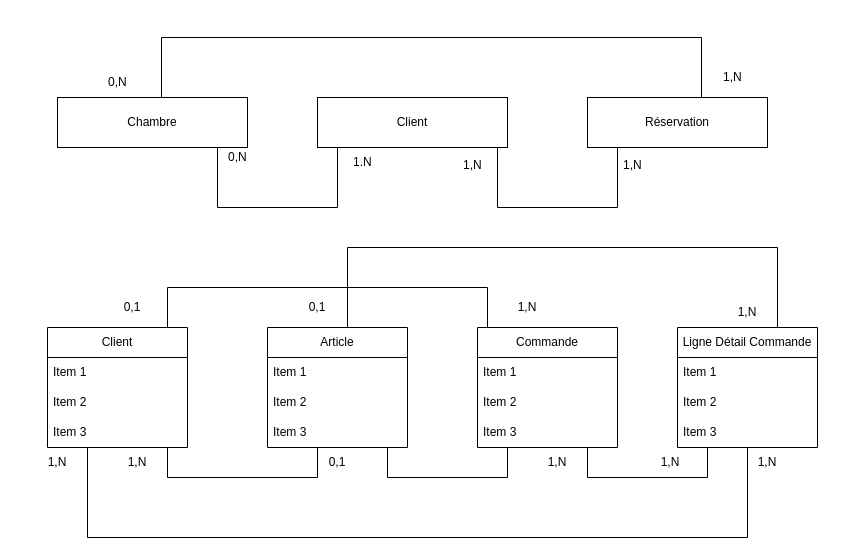
Above: Modeliser.drawio in Pawlowskie/Pawlowskie (draw.io), before the change. Source tidied: cells renumbered, new cells numbered last; positions are measured from the earlier drawing's top-left corner, leaving out a move shared by most shapes. Both pictures are drawn from the tidied source at 100%, with x=0, y=0 at pixel (27, 37).
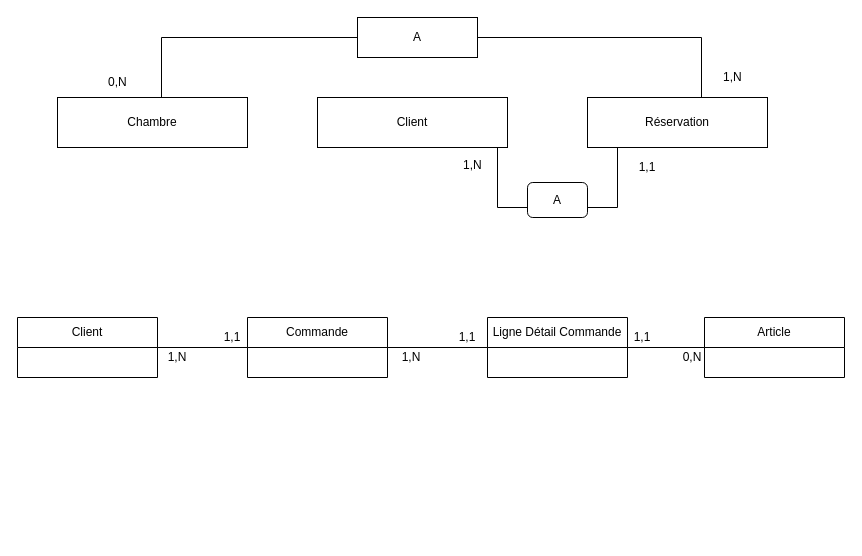
After the change.

Commit message:
Mettre à jour Modeliser.drawio

Change to the diagram source:
```diff
@@
-    <mxCell id="5" value="1,N" style="text;strokeColor=none;fillColor=none;align=left;verticalAlign=middle;spacingLeft=4;spacingRight=4;overflow=hidden;whiteSpace=wrap;html=1;" parent="1" vertex="1">
-      <mxGeometry x="320" y="115" width="40" height="15" as="geometry" />
-    </mxCell>
-    <mxCell id="6" value="0,N" style="text;strokeColor=none;fillColor=none;align=left;verticalAlign=middle;spacingLeft=4;spacingRight=4;overflow=hidden;whiteSpace=wrap;html=1;" parent="1" vertex="1">
-      <mxGeometry x="195" y="110" width="45" height="20" as="geometry" />
-    </mxCell>
-    <mxCell id="7" value="1,N" style="text;strokeColor=none;fillColor=none;align=left;verticalAlign=middle;spacingLeft=4;spacingRight=4;overflow=hidden;whiteSpace=wrap;html=1;" parent="1" vertex="1">
-      <mxGeometry x="590" y="115" width="40" height="25" as="geometry" />
-    </mxCell>
@@
     <mxCell id="11" value="Client" style="swimlane;fontStyle=0;horizontal=1;startSize=30;whiteSpace=wrap;html=1;" parent="1" vertex="1">
-      <mxGeometry x="20" y="290" width="140" height="120" as="geometry" />
+      <mxGeometry x="-10" y="280" width="140" height="60" as="geometry" />
     </mxCell>
-    <mxCell id="12" value="Item 1" style="text;strokeColor=none;fillColor=none;align=left;verticalAlign=middle;spacingLeft=4;spacingRight=4;overflow=hidden;whiteSpace=wrap;html=1;" parent="11" vertex="1">
-      <mxGeometry y="30" width="140" height="30" as="geometry" />
-    </mxCell>
-    <mxCell id="13" value="Item 2" style="text;strokeColor=none;fillColor=none;align=left;verticalAlign=middle;spacingLeft=4;spacingRight=4;overflow=hidden;whiteSpace=wrap;html=1;" parent="11" vertex="1">
-      <mxGeometry y="60" width="140" height="30" as="geometry" />
-    </mxCell>
-    <mxCell id="14" value="Item 3" style="text;strokeColor=none;fillColor=none;align=left;verticalAlign=middle;spacingLeft=4;spacingRight=4;overflow=hidden;whiteSpace=wrap;html=1;" parent="11" vertex="1">
-      <mxGeometry y="90" width="140" height="30" as="geometry" />
-    </mxCell>
     <mxCell id="15" value="Article" style="swimlane;fontStyle=0;horizontal=1;startSize=30;whiteSpace=wrap;html=1;" parent="1" vertex="1">
-      <mxGeometry x="240" y="290" width="140" height="120" as="geometry" />
+      <mxGeometry x="677" y="280" width="140" height="60" as="geometry" />
     </mxCell>
-    <mxCell id="16" value="Item 1" style="text;strokeColor=none;fillColor=none;align=left;verticalAlign=middle;spacingLeft=4;spacingRight=4;overflow=hidden;whiteSpace=wrap;html=1;" parent="15" vertex="1">
-      <mxGeometry y="30" width="140" height="30" as="geometry" />
-    </mxCell>
-    <mxCell id="17" value="Item 2" style="text;strokeColor=none;fillColor=none;align=left;verticalAlign=middle;spacingLeft=4;spacingRight=4;overflow=hidden;whiteSpace=wrap;html=1;" parent="15" vertex="1">
-      <mxGeometry y="60" width="140" height="30" as="geometry" />
-    </mxCell>
-    <mxCell id="18" value="Item 3" style="text;strokeColor=none;fillColor=none;align=left;verticalAlign=middle;spacingLeft=4;spacingRight=4;overflow=hidden;whiteSpace=wrap;html=1;" parent="15" vertex="1">
-      <mxGeometry y="90" width="140" height="30" as="geometry" />
-    </mxCell>
     <mxCell id="19" value="Commande" style="swimlane;fontStyle=0;horizontal=1;startSize=30;whiteSpace=wrap;html=1;" parent="1" vertex="1">
-      <mxGeometry x="450" y="290" width="140" height="120" as="geometry" />
+      <mxGeometry x="220" y="280" width="140" height="60" as="geometry" />
     </mxCell>
-    <mxCell id="20" value="Item 1" style="text;strokeColor=none;fillColor=none;align=left;verticalAlign=middle;spacingLeft=4;spacingRight=4;overflow=hidden;whiteSpace=wrap;html=1;" parent="19" vertex="1">
-      <mxGeometry y="30" width="140" height="30" as="geometry" />
-    </mxCell>
-    <mxCell id="21" value="Item 2" style="text;strokeColor=none;fillColor=none;align=left;verticalAlign=middle;spacingLeft=4;spacingRight=4;overflow=hidden;whiteSpace=wrap;html=1;" parent="19" vertex="1">
-      <mxGeometry y="60" width="140" height="30" as="geometry" />
-    </mxCell>
-    <mxCell id="22" value="Item 3" style="text;strokeColor=none;fillColor=none;align=left;verticalAlign=middle;spacingLeft=4;spacingRight=4;overflow=hidden;whiteSpace=wrap;html=1;" parent="19" vertex="1">
-      <mxGeometry y="90" width="140" height="30" as="geometry" />
-    </mxCell>
     <mxCell id="23" value="Ligne Détail Commande" style="swimlane;fontStyle=0;horizontal=1;startSize=30;whiteSpace=wrap;html=1;" parent="1" vertex="1">
-      <mxGeometry x="650" y="290" width="140" height="120" as="geometry" />
+      <mxGeometry x="460" y="280" width="140" height="60" as="geometry" />
     </mxCell>
-    <mxCell id="24" value="Item 1" style="text;strokeColor=none;fillColor=none;align=left;verticalAlign=middle;spacingLeft=4;spacingRight=4;overflow=hidden;whiteSpace=wrap;html=1;" parent="23" vertex="1">
-      <mxGeometry y="30" width="140" height="30" as="geometry" />
-    </mxCell>
-    <mxCell id="25" value="Item 2" style="text;strokeColor=none;fillColor=none;align=left;verticalAlign=middle;spacingLeft=4;spacingRight=4;overflow=hidden;whiteSpace=wrap;html=1;" parent="23" vertex="1">
-      <mxGeometry y="60" width="140" height="30" as="geometry" />
-    </mxCell>
-    <mxCell id="26" value="Item 3" style="text;strokeColor=none;fillColor=none;align=left;verticalAlign=middle;spacingLeft=4;spacingRight=4;overflow=hidden;whiteSpace=wrap;html=1;" parent="23" vertex="1">
-      <mxGeometry y="90" width="140" height="30" as="geometry" />
-    </mxCell>
-    <mxCell id="27" style="shape=partialRectangle;whiteSpace=wrap;html=1;bottom=1;right=1;left=1;top=0;fillColor=none;routingCenterX=-0.5;" parent="1" vertex="1">
-      <mxGeometry x="140" y="410" width="150" height="30" as="geometry" />
-    </mxCell>
-    <mxCell id="28" style="shape=partialRectangle;whiteSpace=wrap;html=1;bottom=1;right=1;left=1;top=0;fillColor=none;routingCenterX=-0.5;" parent="1" vertex="1">
-      <mxGeometry x="360" y="410" width="120" height="30" as="geometry" />
-    </mxCell>
-    <mxCell id="29" style="shape=partialRectangle;whiteSpace=wrap;html=1;bottom=1;right=1;left=1;top=0;fillColor=none;routingCenterX=-0.5;" parent="1" vertex="1">
-      <mxGeometry x="560" y="410" width="120" height="30" as="geometry" />
-    </mxCell>
-    <mxCell id="30" style="shape=partialRectangle;whiteSpace=wrap;html=1;bottom=1;right=1;left=1;top=0;fillColor=none;routingCenterX=-0.5;direction=west;" parent="1" vertex="1">
-      <mxGeometry x="140" y="250" width="320" height="40" as="geometry" />
-    </mxCell>
-    <mxCell id="31" style="shape=partialRectangle;whiteSpace=wrap;html=1;bottom=1;right=1;left=1;top=0;fillColor=none;routingCenterX=-0.5;" parent="1" vertex="1">
-      <mxGeometry x="60" y="410" width="660" height="90" as="geometry" />
-    </mxCell>
-    <mxCell id="32" style="shape=partialRectangle;whiteSpace=wrap;html=1;bottom=1;right=1;left=1;top=0;fillColor=none;routingCenterX=-0.5;direction=west;" parent="1" vertex="1">
-      <mxGeometry x="320" y="210" width="430" height="80" as="geometry" />
-    </mxCell>
-    <mxCell id="33" value="0,1" style="text;html=1;strokeColor=none;fillColor=none;align=center;verticalAlign=middle;whiteSpace=wrap;rounded=0;" parent="1" vertex="1">
-      <mxGeometry x="75" y="255" width="60" height="30" as="geometry" />
-    </mxCell>
-    <mxCell id="34" value="1,N" style="text;html=1;strokeColor=none;fillColor=none;align=center;verticalAlign=middle;whiteSpace=wrap;rounded=0;" parent="1" vertex="1">
-      <mxGeometry x="470" y="255" width="60" height="30" as="geometry" />
-    </mxCell>
-    <mxCell id="35" value="1,N" style="text;html=1;strokeColor=none;fillColor=none;align=center;verticalAlign=middle;whiteSpace=wrap;rounded=0;" parent="1" vertex="1">
-      <mxGeometry x="80" y="410" width="60" height="30" as="geometry" />
-    </mxCell>
-    <mxCell id="36" value="0,1" style="text;html=1;strokeColor=none;fillColor=none;align=center;verticalAlign=middle;whiteSpace=wrap;rounded=0;" parent="1" vertex="1">
-      <mxGeometry x="280" y="410" width="60" height="30" as="geometry" />
-    </mxCell>
-    <mxCell id="37" value="1,N" style="text;html=1;strokeColor=none;fillColor=none;align=center;verticalAlign=middle;whiteSpace=wrap;rounded=0;" parent="1" vertex="1">
-      <mxGeometry y="410" width="60" height="30" as="geometry" />
-    </mxCell>
-    <mxCell id="38" value="1,N" style="text;html=1;strokeColor=none;fillColor=none;align=center;verticalAlign=middle;whiteSpace=wrap;rounded=0;" parent="1" vertex="1">
-      <mxGeometry x="710" y="410" width="60" height="30" as="geometry" />
-    </mxCell>
-    <mxCell id="39" value="1,N" style="text;html=1;strokeColor=none;fillColor=none;align=center;verticalAlign=middle;whiteSpace=wrap;rounded=0;" parent="1" vertex="1">
-      <mxGeometry x="500" y="410" width="60" height="30" as="geometry" />
-    </mxCell>
-    <mxCell id="40" value="1,N" style="text;html=1;strokeColor=none;fillColor=none;align=center;verticalAlign=middle;whiteSpace=wrap;rounded=0;" parent="1" vertex="1">
-      <mxGeometry x="612.5" y="410" width="60" height="30" as="geometry" />
-    </mxCell>
-    <mxCell id="41" value="0,1" style="text;html=1;strokeColor=none;fillColor=none;align=center;verticalAlign=middle;whiteSpace=wrap;rounded=0;" parent="1" vertex="1">
-      <mxGeometry x="260" y="255" width="60" height="30" as="geometry" />
-    </mxCell>
-    <mxCell id="42" value="1,N" style="text;html=1;strokeColor=none;fillColor=none;align=center;verticalAlign=middle;whiteSpace=wrap;rounded=0;" parent="1" vertex="1">
-      <mxGeometry x="690" y="260" width="60" height="30" as="geometry" />
-    </mxCell>
-    <mxCell id="43" style="shape=partialRectangle;whiteSpace=wrap;html=1;bottom=1;right=1;left=1;top=0;fillColor=none;routingCenterX=-0.5;" parent="1" vertex="1">
-      <mxGeometry x="190" y="110" width="120" height="60" as="geometry" />
-    </mxCell>
@@
+    <mxCell id="46" value="A" style="rounded=0;whiteSpace=wrap;html=1;" parent="1" vertex="1">
+      <mxGeometry x="330" y="-20" width="120" height="40" as="geometry" />
+    </mxCell>
+    <mxCell id="47" value="A" style="rounded=1;whiteSpace=wrap;html=1;" parent="1" vertex="1">
+      <mxGeometry x="500" y="145" width="60" height="35" as="geometry" />
+    </mxCell>
+    <mxCell id="48" value="1,1" style="text;html=1;strokeColor=none;fillColor=none;align=center;verticalAlign=middle;whiteSpace=wrap;rounded=0;" parent="1" vertex="1">
+      <mxGeometry x="590" y="115" width="60" height="30" as="geometry" />
+    </mxCell>
+    <mxCell id="49" style="endArrow=none;html=1;rounded=0;entryX=0;entryY=0.5;entryDx=0;entryDy=0;exitX=1;exitY=0.5;exitDx=0;exitDy=0;" parent="1" edge="1" source="11" target="19">
+      <mxGeometry relative="1" as="geometry" />
+    </mxCell>
+    <mxCell id="50" style="endArrow=none;html=1;rounded=0;entryX=0;entryY=0.5;entryDx=0;entryDy=0;exitX=1;exitY=0.5;exitDx=0;exitDy=0;" parent="1" edge="1" source="19" target="23">
+      <mxGeometry relative="1" as="geometry" />
+    </mxCell>
+    <mxCell id="51" style="endArrow=none;html=1;rounded=0;entryX=0;entryY=0.5;entryDx=0;entryDy=0;" parent="1" edge="1" target="15">
+      <mxGeometry relative="1" as="geometry">
+        <mxPoint x="600" y="310" as="sourcePoint" />
+      </mxGeometry>
+    </mxCell>
+    <mxCell id="52" value="1,N" style="text;html=1;strokeColor=none;fillColor=none;align=center;verticalAlign=middle;whiteSpace=wrap;rounded=0;" parent="1" vertex="1">
+      <mxGeometry x="130" y="310" width="40" height="20" as="geometry" />
+    </mxCell>
+    <mxCell id="53" value="1,1" style="text;html=1;strokeColor=none;fillColor=none;align=center;verticalAlign=middle;whiteSpace=wrap;rounded=0;" parent="1" vertex="1">
+      <mxGeometry x="190" y="290" width="30" height="20" as="geometry" />
+    </mxCell>
+    <mxCell id="54" value="1,1" style="text;html=1;strokeColor=none;fillColor=none;align=center;verticalAlign=middle;whiteSpace=wrap;rounded=0;" parent="1" vertex="1">
+      <mxGeometry x="420" y="290" width="40" height="20" as="geometry" />
+    </mxCell>
+    <mxCell id="55" value="1,N" style="text;html=1;strokeColor=none;fillColor=none;align=center;verticalAlign=middle;whiteSpace=wrap;rounded=0;" parent="1" vertex="1">
+      <mxGeometry x="364" y="310" width="40" height="20" as="geometry" />
+    </mxCell>
+    <mxCell id="56" value="1,1" style="text;html=1;strokeColor=none;fillColor=none;align=center;verticalAlign=middle;whiteSpace=wrap;rounded=0;" parent="1" vertex="1">
+      <mxGeometry x="600" y="290" width="30" height="20" as="geometry" />
+    </mxCell>
+    <mxCell id="6" value="0,N" style="text;html=1;strokeColor=none;fillColor=none;align=center;verticalAlign=middle;whiteSpace=wrap;rounded=0;" parent="1" vertex="1">
+      <mxGeometry x="650" y="310" width="30" height="20" as="geometry" />
+    </mxCell>
```
